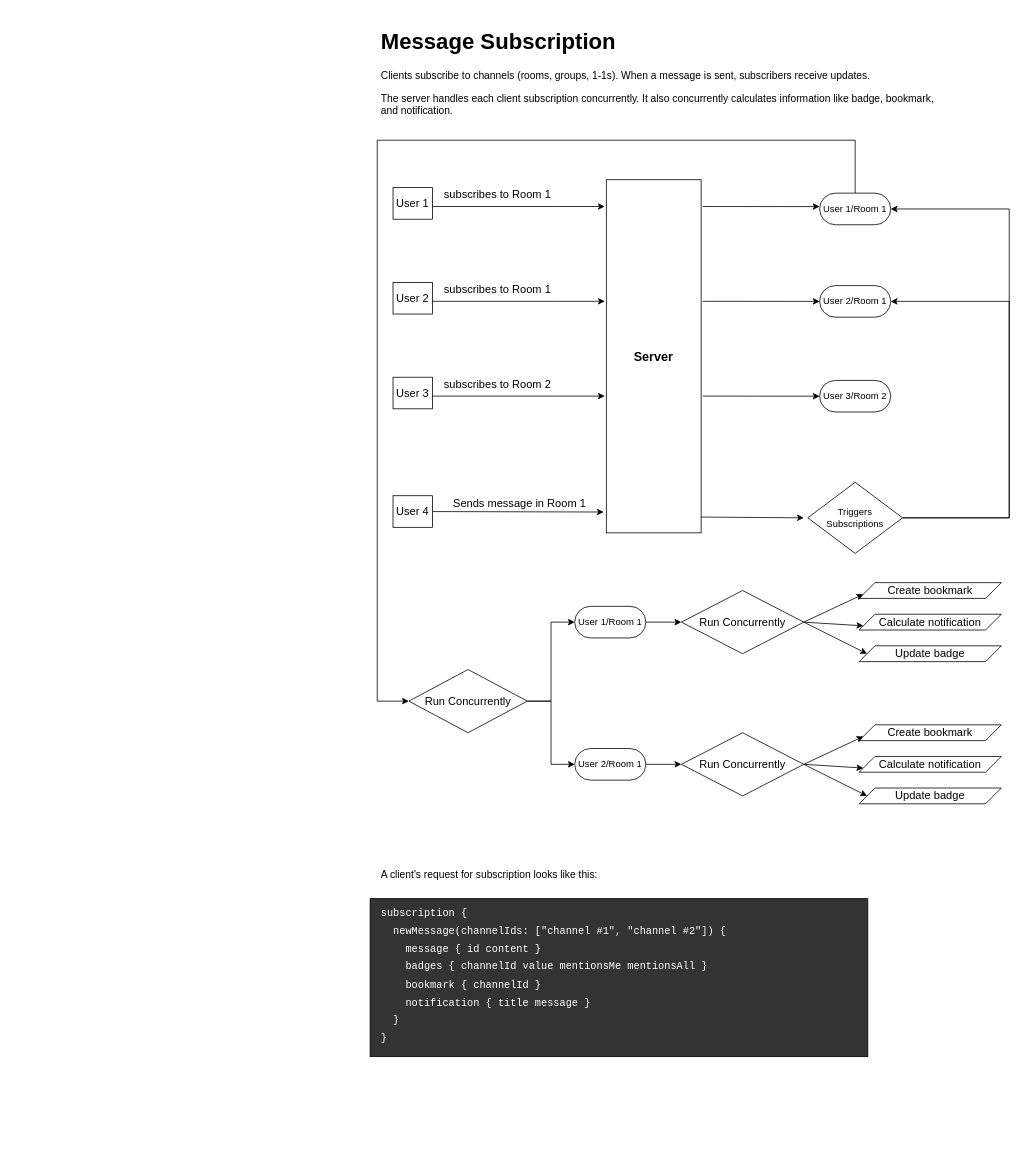
Before: docs/New Message Subscription.drawio in rafbgarcia/conn, a draw.io diagram. Source tidied: cells renumbered, new cells numbered last; positions are measured from the earlier drawing's top-left corner, leaving out a move shared by most shapes. Both pictures are drawn from the tidied source at 79%, with x=0, y=0 at pixel (370, 21).
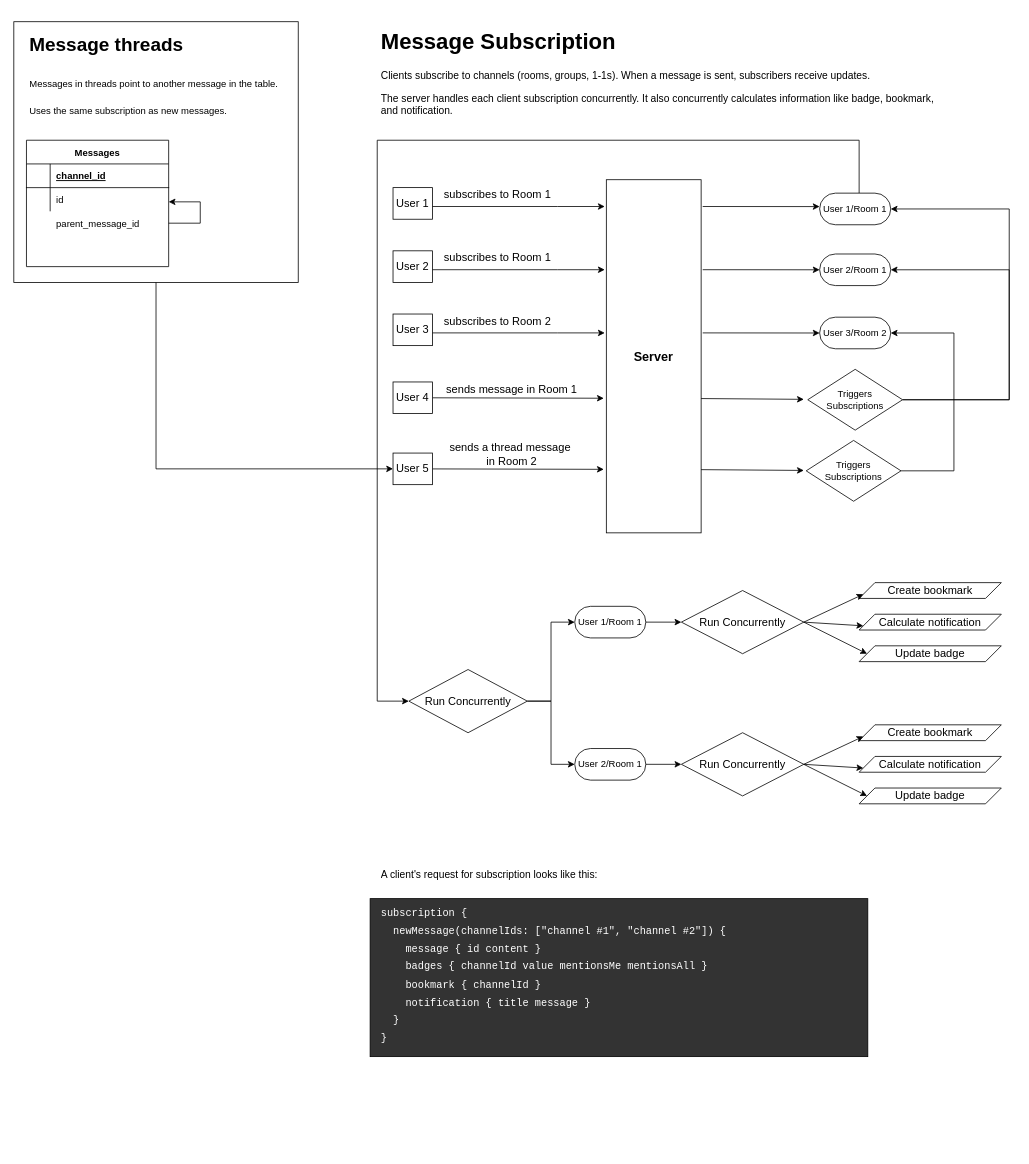
The same page after the edit.

Unchanged cells that the change refers to:
```xml
<mxCell id="4" value="User 1/Room 1" style="rounded=1;whiteSpace=wrap;html=1;arcSize=50;" parent="1" vertex="1">
  <mxGeometry x="569" y="217" width="90" height="40" as="geometry" />
</mxCell>
<mxCell id="7" value="&lt;b style=&quot;font-size: 16px;&quot;&gt;Server&lt;/b&gt;" style="rounded=0;whiteSpace=wrap;html=1;fontSize=16;" parent="1" vertex="1">
  <mxGeometry x="299" y="200" width="120" height="447" as="geometry" />
</mxCell>
<mxCell id="32" value="Run Concurrently" style="rhombus;whiteSpace=wrap;html=1;fontSize=14;" parent="1" vertex="1">
  <mxGeometry x="49" y="820" width="150" height="80" as="geometry" />
</mxCell>
```

What changed in the source:
```diff
@@
+    <mxCell id="50" style="edgeStyle=orthogonalEdgeStyle;rounded=0;jettySize=auto;html=1;entryX=0;entryY=0.5;entryDx=0;entryDy=0;" parent="1" edge="1" source="51" target="70">
+      <mxGeometry relative="1" as="geometry">
+        <Array as="points">
+          <mxPoint x="-271" y="566" />
+        </Array>
+      </mxGeometry>
+    </mxCell>
+    <mxCell id="51" style="rounded=0;whiteSpace=wrap;html=1;fillColor=none;" parent="1" vertex="1">
+      <mxGeometry x="-451" width="360" height="330" as="geometry" />
+    </mxCell>
@@
     <mxCell id="3" style="edgeStyle=orthogonalEdgeStyle;rounded=0;jettySize=auto;html=1;fontSize=14;entryX=0;entryY=0.5;entryDx=0;entryDy=0;" parent="1" edge="1" source="4" target="32">
       <mxGeometry relative="1" as="geometry">
         <Array as="points">
-          <mxPoint x="614" y="150" />
+          <mxPoint x="619" y="150" />
           <mxPoint x="9" y="150" />
           <mxPoint x="9" y="860" />
         </Array>
       </mxGeometry>
     </mxCell>
@@
     <mxCell id="5" style="edgeStyle=orthogonalEdgeStyle;rounded=0;jettySize=auto;html=1;fontSize=14;entryX=1;entryY=0.5;entryDx=0;entryDy=0;" parent="1" edge="1" source="6" target="8">
       <mxGeometry relative="1" as="geometry">
         <Array as="points">
-          <mxPoint x="809" y="628" />
-          <mxPoint x="809" y="354" />
+          <mxPoint x="809" y="478" />
+          <mxPoint x="809" y="314" />
         </Array>
       </mxGeometry>
     </mxCell>
+    <mxCell id="52" style="edgeStyle=orthogonalEdgeStyle;rounded=0;jettySize=auto;html=1;entryX=1;entryY=0.5;entryDx=0;entryDy=0;" parent="1" edge="1" source="6" target="4">
+      <mxGeometry relative="1" as="geometry">
+        <Array as="points">
+          <mxPoint x="809" y="478" />
+          <mxPoint x="809" y="237" />
+        </Array>
+      </mxGeometry>
+    </mxCell>
     <mxCell id="6" value="Triggers&lt;br&gt;Subscriptions" style="rhombus;whiteSpace=wrap;html=1;" parent="1" vertex="1">
-      <mxGeometry x="554" y="583" width="120" height="90" as="geometry" />
+      <mxGeometry x="554" y="440" width="120" height="77" as="geometry" />
     </mxCell>
@@
     <mxCell id="8" value="User 2/Room 1" style="rounded=1;whiteSpace=wrap;html=1;arcSize=50;" parent="1" vertex="1">
-      <mxGeometry x="569" y="334" width="90" height="40" as="geometry" />
+      <mxGeometry x="569" y="294" width="90" height="40" as="geometry" />
     </mxCell>
     <mxCell id="9" style="edgeStyle=orthogonalEdgeStyle;rounded=0;orthogonalLoop=1;jettySize=auto;html=1;entryX=-0.017;entryY=0.101;entryDx=0;entryDy=0;entryPerimeter=0;fontSize=16;" parent="1" edge="1">
       <mxGeometry relative="1" as="geometry">
-        <mxPoint x="69" y="353.9" as="sourcePoint" />
-        <mxPoint x="297" y="353.9" as="targetPoint" />
+        <mxPoint x="69" y="313.9" as="sourcePoint" />
+        <mxPoint x="297" y="313.9" as="targetPoint" />
         <Array as="points">
-          <mxPoint x="237" y="354" />
+          <mxPoint x="237" y="314" />
         </Array>
       </mxGeometry>
     </mxCell>
@@
     <mxCell id="11" style="endArrow=classic;html=1;fontSize=14;entryX=0;entryY=0.5;entryDx=0;entryDy=0;exitX=1.017;exitY=0.101;exitDx=0;exitDy=0;exitPerimeter=0;" parent="1" edge="1" target="8">
       <mxGeometry relative="1" as="geometry">
-        <mxPoint x="421" y="353.9" as="sourcePoint" />
+        <mxPoint x="421" y="313.9" as="sourcePoint" />
       </mxGeometry>
     </mxCell>
     <mxCell id="12" value="User 3/Room 2" style="rounded=1;whiteSpace=wrap;html=1;arcSize=50;" parent="1" vertex="1">
-      <mxGeometry x="569" y="454" width="90" height="40" as="geometry" />
+      <mxGeometry x="569" y="374" width="90" height="40" as="geometry" />
     </mxCell>
     <mxCell id="13" style="edgeStyle=orthogonalEdgeStyle;rounded=0;orthogonalLoop=1;jettySize=auto;html=1;entryX=-0.017;entryY=0.101;entryDx=0;entryDy=0;entryPerimeter=0;fontSize=16;" parent="1" edge="1">
       <mxGeometry relative="1" as="geometry">
-        <mxPoint x="69" y="473.9" as="sourcePoint" />
-        <mxPoint x="297" y="473.9" as="targetPoint" />
+        <mxPoint x="69" y="393.9" as="sourcePoint" />
+        <mxPoint x="297" y="393.9" as="targetPoint" />
         <Array as="points">
-          <mxPoint x="237" y="474" />
+          <mxPoint x="237" y="394" />
         </Array>
       </mxGeometry>
     </mxCell>
@@
     <mxCell id="15" style="endArrow=classic;html=1;fontSize=14;entryX=0;entryY=0.5;entryDx=0;entryDy=0;exitX=1.017;exitY=0.101;exitDx=0;exitDy=0;exitPerimeter=0;" parent="1" edge="1" target="12">
       <mxGeometry relative="1" as="geometry">
-        <mxPoint x="421" y="473.9" as="sourcePoint" />
+        <mxPoint x="421" y="393.9" as="sourcePoint" />
       </mxGeometry>
     </mxCell>
@@
-    <mxCell id="19" style="endArrow=classic;html=1;fontSize=14;entryX=-0.027;entryY=0.941;entryDx=0;entryDy=0;entryPerimeter=0;" parent="1" edge="1" source="29" target="7">
-      <mxGeometry relative="1" as="geometry" />
+    <mxCell id="19" style="endArrow=classic;html=1;fontSize=14;entryX=-0.027;entryY=0.941;entryDx=0;entryDy=0;entryPerimeter=0;" parent="1" edge="1" source="29">
+      <mxGeometry relative="1" as="geometry">
+        <mxPoint x="295.8" y="476.6" as="targetPoint" />
+      </mxGeometry>
     </mxCell>
-    <mxCell id="20" value="Sends message in Room 1" style="edgeLabel;html=1;align=center;verticalAlign=middle;fontSize=14;" parent="19" vertex="1">
+    <mxCell id="20" value="sends message in Room 1" style="edgeLabel;html=1;align=center;verticalAlign=middle;fontSize=14;" parent="19" vertex="1">
       <mxGeometry x="-0.66" relative="1" as="geometry">
-        <mxPoint x="73" y="-11" as="offset" />
+        <mxPoint x="63" y="-11" as="offset" />
       </mxGeometry>
     </mxCell>
     <mxCell id="21" style="endArrow=classic;html=1;fontSize=14;" parent="1" edge="1">
       <mxGeometry relative="1" as="geometry">
-        <mxPoint x="419" y="627" as="sourcePoint" />
-        <mxPoint x="549" y="628" as="targetPoint" />
+        <mxPoint x="419" y="477" as="sourcePoint" />
+        <mxPoint x="549" y="478" as="targetPoint" />
       </mxGeometry>
     </mxCell>
-    <mxCell id="22" style="edgeStyle=orthogonalEdgeStyle;rounded=0;orthogonalLoop=1;jettySize=auto;html=1;fontSize=14;" parent="1" edge="1">
-      <mxGeometry relative="1" as="geometry">
-        <mxPoint x="674" y="628" as="sourcePoint" />
-        <mxPoint x="659" y="237" as="targetPoint" />
-        <Array as="points">
-          <mxPoint x="809" y="628" />
-          <mxPoint x="809" y="237" />
-          <mxPoint x="659" y="237" />
-        </Array>
-      </mxGeometry>
-    </mxCell>
@@
     <mxCell id="27" value="User 2" style="rounded=0;whiteSpace=wrap;html=1;fontSize=14;" parent="1" vertex="1">
-      <mxGeometry x="29" y="330" width="50" height="40" as="geometry" />
+      <mxGeometry x="29" y="290" width="50" height="40" as="geometry" />
     </mxCell>
     <mxCell id="28" value="User 3" style="rounded=0;whiteSpace=wrap;html=1;fontSize=14;" parent="1" vertex="1">
-      <mxGeometry x="29" y="450" width="50" height="40" as="geometry" />
+      <mxGeometry x="29" y="370" width="50" height="40" as="geometry" />
     </mxCell>
     <mxCell id="29" value="User 4" style="rounded=0;whiteSpace=wrap;html=1;fontSize=14;" parent="1" vertex="1">
-      <mxGeometry x="29" y="600" width="50" height="40" as="geometry" />
+      <mxGeometry x="29" y="456" width="50" height="40" as="geometry" />
     </mxCell>
@@
+    <mxCell id="53" value="Messages" style="shape=table;startSize=30;childLayout=tableLayout;rowLines=0;fontStyle=1;align=center;" parent="1" vertex="1">
+      <mxGeometry x="-435" y="150" width="180" height="160" as="geometry" />
+    </mxCell>
+    <mxCell id="54" style="shape=partialRectangle;fillColor=none;top=0;left=0;right=0;bottom=1;" parent="53" vertex="1">
+      <mxGeometry y="30" width="180" height="30" as="geometry" />
+    </mxCell>
+    <mxCell id="55" style="shape=partialRectangle;overflow=hidden;fillColor=none;top=0;left=0;bottom=0;right=0;fontStyle=1;" parent="54" vertex="1">
+      <mxGeometry width="30" height="30" as="geometry" />
+    </mxCell>
+    <mxCell id="56" value="channel_id" style="shape=partialRectangle;overflow=hidden;fillColor=none;top=0;left=0;bottom=0;right=0;align=left;spacingLeft=6;fontStyle=5;" parent="54" vertex="1">
+      <mxGeometry x="30" width="150" height="30" as="geometry" />
+    </mxCell>
+    <mxCell id="57" style="shape=partialRectangle;fillColor=none;top=0;left=0;right=0;bottom=0;" parent="53" vertex="1">
+      <mxGeometry y="60" width="180" height="30" as="geometry" />
+    </mxCell>
+    <mxCell id="58" style="shape=partialRectangle;overflow=hidden;fillColor=none;top=0;left=0;bottom=0;right=0;" parent="57" vertex="1">
+      <mxGeometry width="30" height="30" as="geometry" />
+    </mxCell>
+    <mxCell id="59" value="id" style="shape=partialRectangle;overflow=hidden;fillColor=none;top=0;left=0;bottom=0;right=0;align=left;spacingLeft=6;" parent="57" vertex="1">
+      <mxGeometry x="30" width="150" height="30" as="geometry" />
+    </mxCell>
+    <mxCell id="60" value="parent_message_id" style="shape=partialRectangle;overflow=hidden;fillColor=none;top=0;left=0;bottom=0;right=0;align=left;spacingLeft=6;" parent="1" vertex="1">
+      <mxGeometry x="-405" y="240" width="130" height="30" as="geometry" />
+    </mxCell>
+    <mxCell id="61" style="endArrow=none;html=1;" parent="1" edge="1">
+      <mxGeometry relative="1" as="geometry">
+        <mxPoint x="-255" y="255" as="sourcePoint" />
+        <mxPoint x="-215" y="255" as="targetPoint" />
+      </mxGeometry>
+    </mxCell>
+    <mxCell id="62" style="endArrow=none;html=1;" parent="1" edge="1">
+      <mxGeometry relative="1" as="geometry">
+        <mxPoint x="-215" y="255" as="sourcePoint" />
+        <mxPoint x="-215" y="228" as="targetPoint" />
+      </mxGeometry>
+    </mxCell>
+    <mxCell id="63" style="endArrow=classic;html=1;" parent="1" edge="1">
+      <mxGeometry relative="1" as="geometry">
+        <mxPoint x="-215" y="228" as="sourcePoint" />
+        <mxPoint x="-255" y="228" as="targetPoint" />
+      </mxGeometry>
+    </mxCell>
+    <mxCell id="64" value="&lt;h1&gt;&lt;span&gt;Message threads&lt;/span&gt;&lt;/h1&gt;&lt;h1&gt;&lt;span style=&quot;font-size: 12px ; font-weight: normal&quot;&gt;Messages in threads point to another message in the table.&lt;/span&gt;&lt;br&gt;&lt;/h1&gt;&lt;div&gt;Uses the same subscription as new messages.&lt;/div&gt;" style="text;html=1;strokeColor=none;fillColor=none;spacing=5;spacingTop=-20;whiteSpace=wrap;overflow=hidden;rounded=0;" parent="1" vertex="1">
+      <mxGeometry x="-436" y="10" width="351" height="110" as="geometry" />
+    </mxCell>
+    <mxCell id="65" style="edgeStyle=orthogonalEdgeStyle;rounded=0;jettySize=auto;html=1;entryX=1;entryY=0.5;entryDx=0;entryDy=0;" parent="1" edge="1" source="66" target="12">
+      <mxGeometry relative="1" as="geometry">
+        <Array as="points">
+          <mxPoint x="739" y="569" />
+          <mxPoint x="739" y="394" />
+        </Array>
+      </mxGeometry>
+    </mxCell>
+    <mxCell id="66" value="Triggers&lt;br&gt;Subscriptions" style="rhombus;whiteSpace=wrap;html=1;" parent="1" vertex="1">
+      <mxGeometry x="552" y="530" width="120" height="77" as="geometry" />
+    </mxCell>
+    <mxCell id="67" style="endArrow=classic;html=1;fontSize=14;entryX=-0.027;entryY=0.941;entryDx=0;entryDy=0;entryPerimeter=0;" parent="1" edge="1" source="70">
+      <mxGeometry relative="1" as="geometry">
+        <mxPoint x="295.8" y="566.6" as="targetPoint" />
+      </mxGeometry>
+    </mxCell>
+    <mxCell id="68" value="sends a thread message&amp;nbsp;&lt;br&gt;in Room 2" style="edgeLabel;html=1;align=center;verticalAlign=middle;fontSize=14;" parent="67" vertex="1">
+      <mxGeometry x="-0.66" relative="1" as="geometry">
+        <mxPoint x="63" y="-20" as="offset" />
+      </mxGeometry>
+    </mxCell>
+    <mxCell id="69" style="endArrow=classic;html=1;fontSize=14;" parent="1" edge="1">
+      <mxGeometry relative="1" as="geometry">
+        <mxPoint x="419" y="567" as="sourcePoint" />
+        <mxPoint x="549" y="568" as="targetPoint" />
+      </mxGeometry>
+    </mxCell>
+    <mxCell id="70" value="User 5" style="rounded=0;whiteSpace=wrap;html=1;fontSize=14;" parent="1" vertex="1">
+      <mxGeometry x="29" y="546" width="50" height="40" as="geometry" />
+    </mxCell>
```
